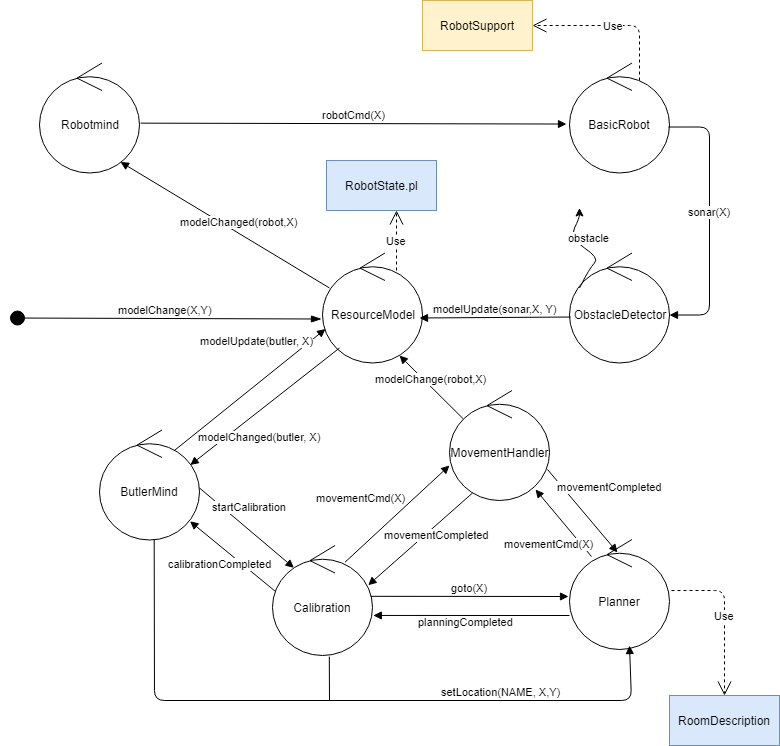
Above: Docs/sprint2/sprint2Architecture.png in xAlessandroC/iss2019TemaFinale (draw.io), before the change. Source tidied: cells renumbered, new cells last; positions are measured from the earlier drawing's top-left corner, leaving out a move shared by most shapes.
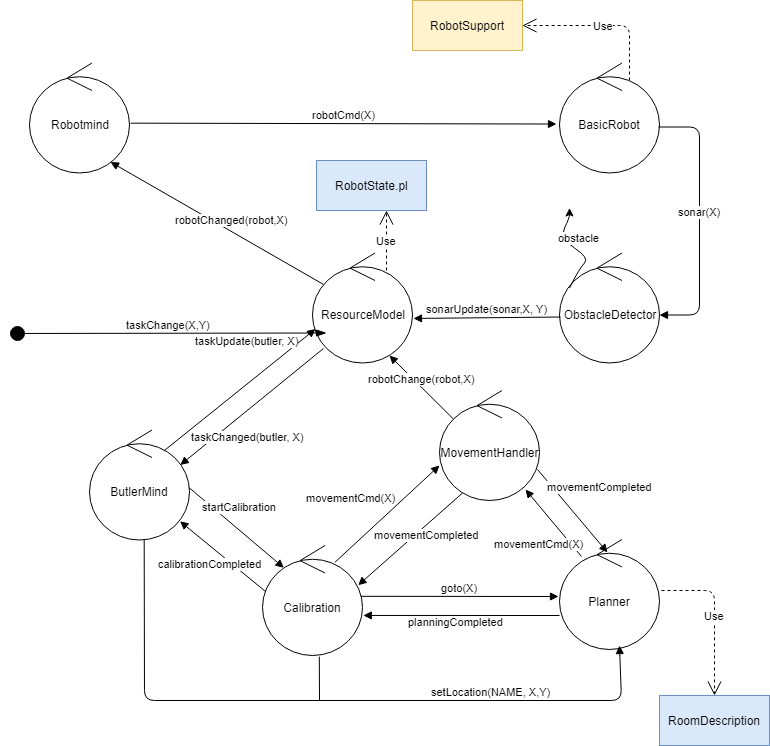
The same diagram one commit later.

The edit, as a diff of the source:
```diff
@@ -26,23 +26,17 @@
     <mxCell id="9" value="robotCmd(X)" style="html=1;verticalAlign=bottom;startArrow=none;startFill=0;endArrow=block;startSize=8;exitX=1.011;exitY=0.547;exitDx=0;exitDy=0;exitPerimeter=0;entryX=-0.03;entryY=0.555;entryDx=0;entryDy=0;entryPerimeter=0;" parent="1" edge="1" source="3" target="2">
       <mxGeometry relative="1" as="geometry" />
     </mxCell>
-    <mxCell id="10" value="modelChanged(robot,X)" style="html=1;verticalAlign=bottom;startArrow=none;startFill=0;endArrow=block;startSize=8;entryX=0.81;entryY=0.9;entryDx=0;entryDy=0;entryPerimeter=0;" parent="1" edge="1" target="3">
-      <mxGeometry x="-0.12" y="-3" relative="1" as="geometry">
-        <mxPoint x="320" y="287.5" as="sourcePoint" />
-      </mxGeometry>
+    <mxCell id="10" value="robotChanged(robot,X)" style="html=1;verticalAlign=bottom;startArrow=none;startFill=0;endArrow=block;startSize=8;entryX=0.81;entryY=0.9;entryDx=0;entryDy=0;entryPerimeter=0;exitX=0.11;exitY=0.286;exitDx=0;exitDy=0;exitPerimeter=0;" parent="1" edge="1" source="4" target="3">
+      <mxGeometry x="-0.12" y="-3" relative="1" as="geometry" />
     </mxCell>
-    <mxCell id="11" value="modelChanged(butler, X)" style="html=1;verticalAlign=bottom;endArrow=block;entryX=0.908;entryY=0.318;entryDx=0;entryDy=0;entryPerimeter=0;" parent="1" edge="1" target="6">
-      <mxGeometry x="0.3" y="28" relative="1" as="geometry">
-        <mxPoint x="330" y="347.5" as="sourcePoint" />
-      </mxGeometry>
+    <mxCell id="11" value="taskChanged(butler, X)" style="html=1;verticalAlign=bottom;endArrow=block;entryX=0.908;entryY=0.318;entryDx=0;entryDy=0;entryPerimeter=0;exitX=0.11;exitY=0.868;exitDx=0;exitDy=0;exitPerimeter=0;" parent="1" edge="1" source="4" target="6">
+      <mxGeometry x="0.3" y="28" relative="1" as="geometry" />
     </mxCell>
-    <mxCell id="12" value="modelUpdate(butler, X)" style="html=1;verticalAlign=bottom;endArrow=block;entryX=0.03;entryY=0.691;entryDx=0;entryDy=0;entryPerimeter=0;exitX=0.744;exitY=0.19;exitDx=0;exitDy=0;exitPerimeter=0;" parent="1" edge="1" source="6" target="4">
+    <mxCell id="12" value="taskUpdate(butler, X)" style="html=1;verticalAlign=bottom;endArrow=block;entryX=0.03;entryY=0.691;entryDx=0;entryDy=0;entryPerimeter=0;exitX=0.744;exitY=0.19;exitDx=0;exitDy=0;exitPerimeter=0;" parent="1" edge="1" source="6" target="4">
       <mxGeometry x="0.32" y="27" relative="1" as="geometry" />
     </mxCell>
-    <mxCell id="13" value="modelUpdate(sonar,X, Y)" style="html=1;verticalAlign=bottom;endArrow=block;exitX=0.01;exitY=0.582;exitDx=0;exitDy=0;exitPerimeter=0;" parent="1" edge="1" source="5">
-      <mxGeometry relative="1" as="geometry">
-        <mxPoint x="410" y="317.5" as="targetPoint" />
-      </mxGeometry>
+    <mxCell id="13" value="sonarUpdate(sonar,X, Y)" style="html=1;verticalAlign=bottom;endArrow=block;exitX=0.01;exitY=0.582;exitDx=0;exitDy=0;exitPerimeter=0;entryX=1.01;entryY=0.595;entryDx=0;entryDy=0;entryPerimeter=0;" parent="1" edge="1" source="5" target="4">
+      <mxGeometry relative="1" as="geometry" />
     </mxCell>
     <mxCell id="14" value="sonar(X)" style="html=1;verticalAlign=bottom;endArrow=block;entryX=1;entryY=0.564;entryDx=0;entryDy=0;entryPerimeter=0;exitX=0.99;exitY=0.582;exitDx=0;exitDy=0;exitPerimeter=0;" parent="1" edge="1" source="2" target="5">
       <mxGeometry relative="1" as="geometry">
@@ -64,9 +58,10 @@
         </Array>
       </mxGeometry>
     </mxCell>
-    <mxCell id="16" value="modelChange(X,Y)" style="html=1;verticalAlign=bottom;startArrow=circle;startFill=1;endArrow=blockThin;startSize=6;endSize=8;entryX=-0.01;entryY=0.6;entryDx=0;entryDy=0;entryPerimeter=0;endFill=1;" parent="1" edge="1" target="4">
+    <mxCell id="16" value="taskChange(X,Y)" style="html=1;verticalAlign=bottom;startArrow=circle;startFill=1;endArrow=blockThin;startSize=6;endSize=8;entryX=-0.01;entryY=0.6;entryDx=0;entryDy=0;entryPerimeter=0;endFill=1;" parent="1" edge="1">
       <mxGeometry relative="1" as="geometry">
-        <mxPoint y="317.5" as="sourcePoint" />
+        <mxPoint x="10" y="333" as="sourcePoint" />
+        <mxPoint x="327" y="332.5" as="targetPoint" />
       </mxGeometry>
     </mxCell>
     <mxCell id="17" value="startCalibration" style="html=1;verticalAlign=bottom;endArrow=block;exitX=1;exitY=0.527;exitDx=0;exitDy=0;exitPerimeter=0;entryX=0.214;entryY=0.203;entryDx=0;entryDy=0;entryPerimeter=0;" parent="1" edge="1" source="6" target="7">
@@ -125,7 +120,7 @@
     <mxCell id="29" value="movementCompleted" style="html=1;verticalAlign=bottom;endArrow=block;exitX=0.23;exitY=0.932;exitDx=0;exitDy=0;exitPerimeter=0;entryX=0.957;entryY=0.361;entryDx=0;entryDy=0;entryPerimeter=0;" parent="1" edge="1" source="27" target="7">
       <mxGeometry x="-0.14" y="15" relative="1" as="geometry" />
     </mxCell>
-    <mxCell id="30" value="modelChange(robot,X)" style="html=1;verticalAlign=bottom;endArrow=block;exitX=0.138;exitY=0.258;exitDx=0;exitDy=0;exitPerimeter=0;entryX=0.77;entryY=0.932;entryDx=0;entryDy=0;entryPerimeter=0;" parent="1" edge="1" source="27" target="4">
+    <mxCell id="30" value="robotChange(robot,X)" style="html=1;verticalAlign=bottom;endArrow=block;exitX=0.138;exitY=0.258;exitDx=0;exitDy=0;exitPerimeter=0;entryX=0.77;entryY=0.932;entryDx=0;entryDy=0;entryPerimeter=0;" parent="1" edge="1" source="27" target="4">
       <mxGeometry relative="1" as="geometry" />
     </mxCell>
     <mxCell id="31" value="movementCmd(X)" style="html=1;verticalAlign=bottom;endArrow=block;entryX=0.86;entryY=0.9;entryDx=0;entryDy=0;entryPerimeter=0;exitX=0.22;exitY=0.155;exitDx=0;exitDy=0;exitPerimeter=0;" parent="1" edge="1" source="8" target="27">
```
